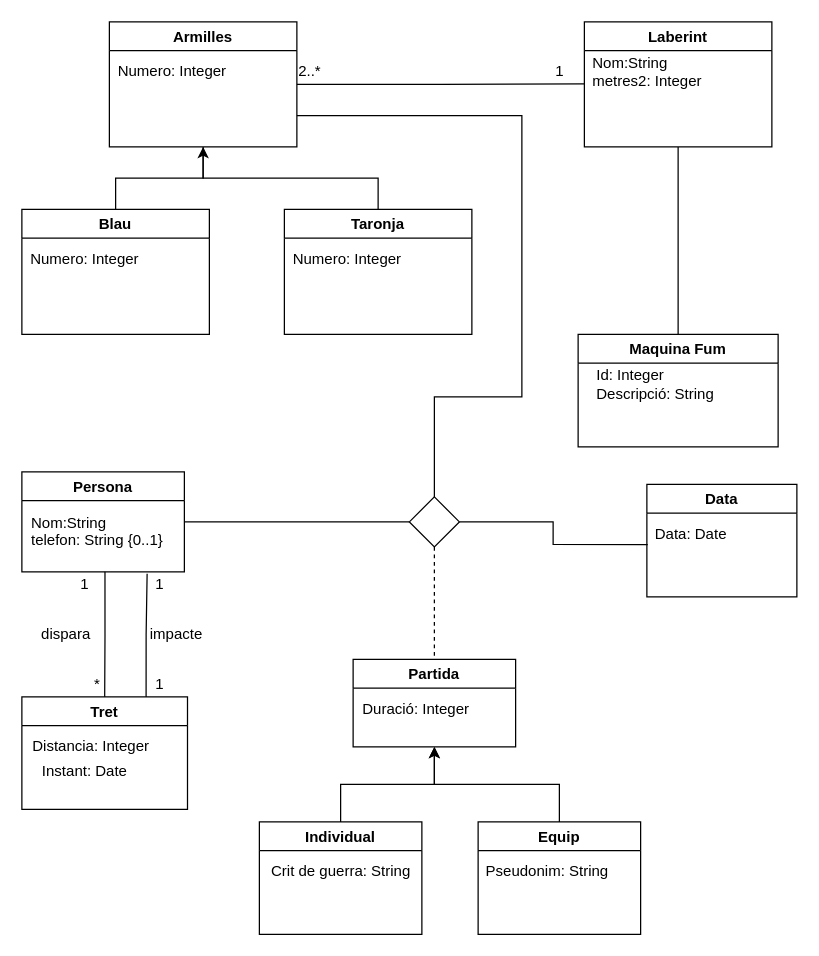
This is Laboratori/Lab5/Problema 5.drawio from peretarrida13/IES, a draw.io file, before an edit. Source tidied: cells renumbered, new cells numbered last; positions are measured from the earlier drawing's top-left corner, leaving out a move shared by most shapes. Both pictures are drawn from the tidied source at 125%, with x=0, y=0 at pixel (21, 21).
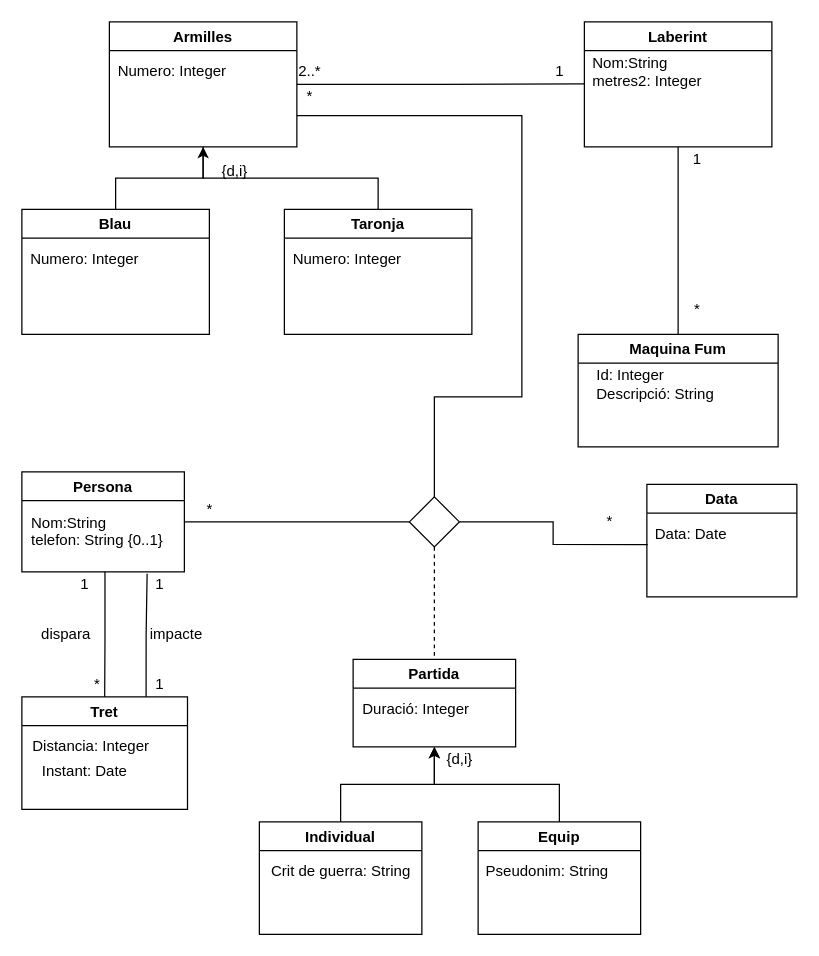
The same diagram, later.

The edit, as a diff of the source:
```diff
@@
+    <mxCell id="46" value="{d,i}" style="text;html=1;align=center;verticalAlign=middle;strokeColor=none;fillColor=none;" parent="1" vertex="1">
+      <mxGeometry x="150" y="110" width="40" height="20" as="geometry" />
+    </mxCell>
+    <mxCell id="47" value="{d,i}" style="text;html=1;align=center;verticalAlign=middle;strokeColor=none;fillColor=none;" parent="1" vertex="1">
+      <mxGeometry x="330" y="580" width="40" height="20" as="geometry" />
+    </mxCell>
+    <mxCell id="48" value="*" style="text;html=1;align=center;verticalAlign=middle;strokeColor=none;fillColor=none;" parent="1" vertex="1">
+      <mxGeometry x="220" y="50" width="20" height="20" as="geometry" />
+    </mxCell>
+    <mxCell id="49" value="*" style="text;html=1;align=center;verticalAlign=middle;strokeColor=none;fillColor=none;" parent="1" vertex="1">
+      <mxGeometry x="460" y="390" width="20" height="20" as="geometry" />
+    </mxCell>
+    <mxCell id="50" value="*" style="text;html=1;align=center;verticalAlign=middle;strokeColor=none;fillColor=none;" parent="1" vertex="1">
+      <mxGeometry x="140" y="380" width="20" height="20" as="geometry" />
+    </mxCell>
+    <mxCell id="51" value="1" style="text;html=1;align=center;verticalAlign=middle;strokeColor=none;fillColor=none;" parent="1" vertex="1">
+      <mxGeometry x="530" y="100" width="20" height="20" as="geometry" />
+    </mxCell>
+    <mxCell id="52" value="*" style="text;html=1;align=center;verticalAlign=middle;strokeColor=none;fillColor=none;" parent="1" vertex="1">
+      <mxGeometry x="530" y="220" width="20" height="20" as="geometry" />
+    </mxCell>
```
